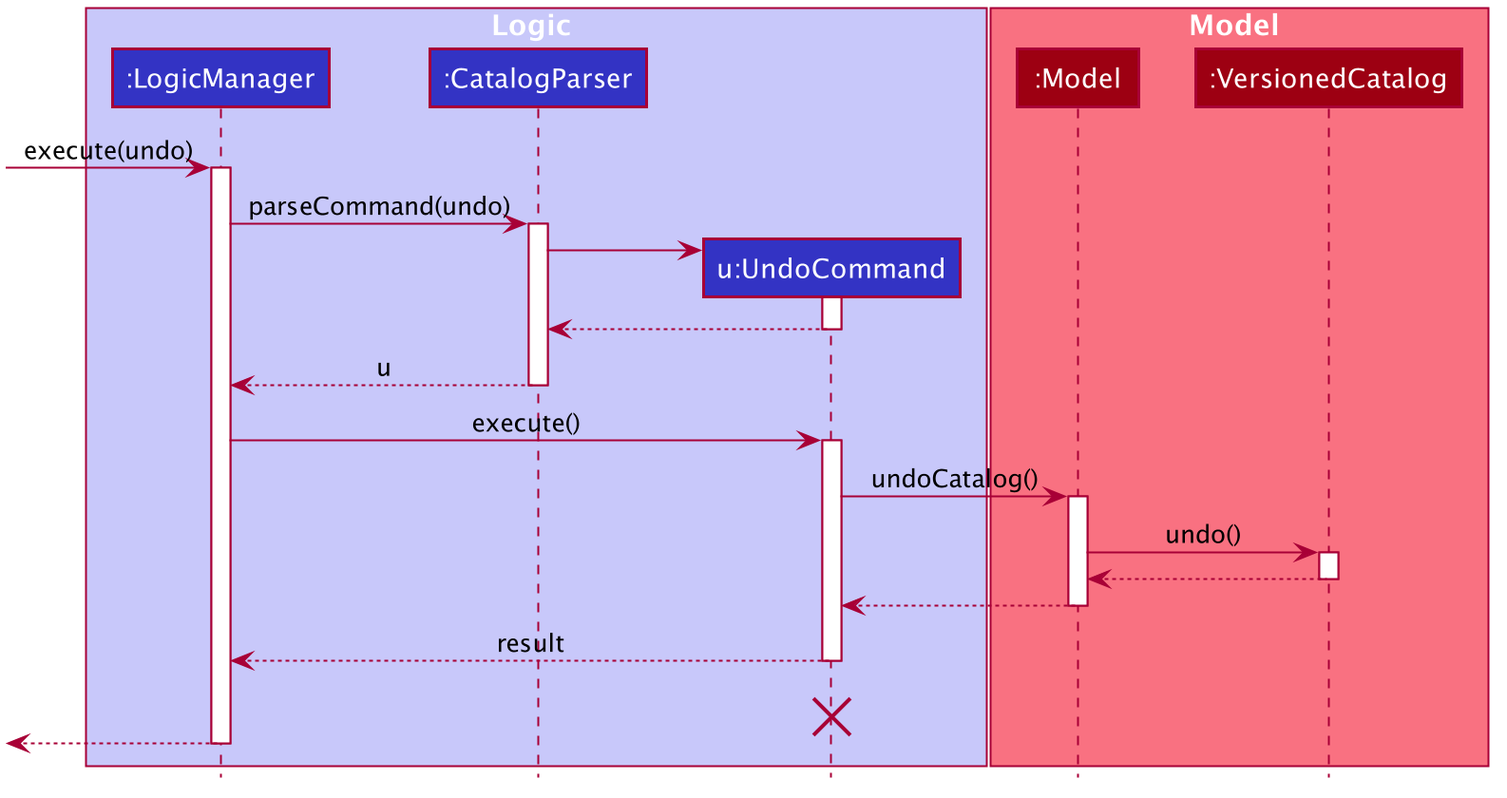
Before: docs/images/UndoSequenceDiagram.png, a diagram exported from PlantUML (nus-cs2103-AY1920S1/addressbook-level3). Its source is kept beside it as docs/diagrams/UndoSequenceDiagram.puml.
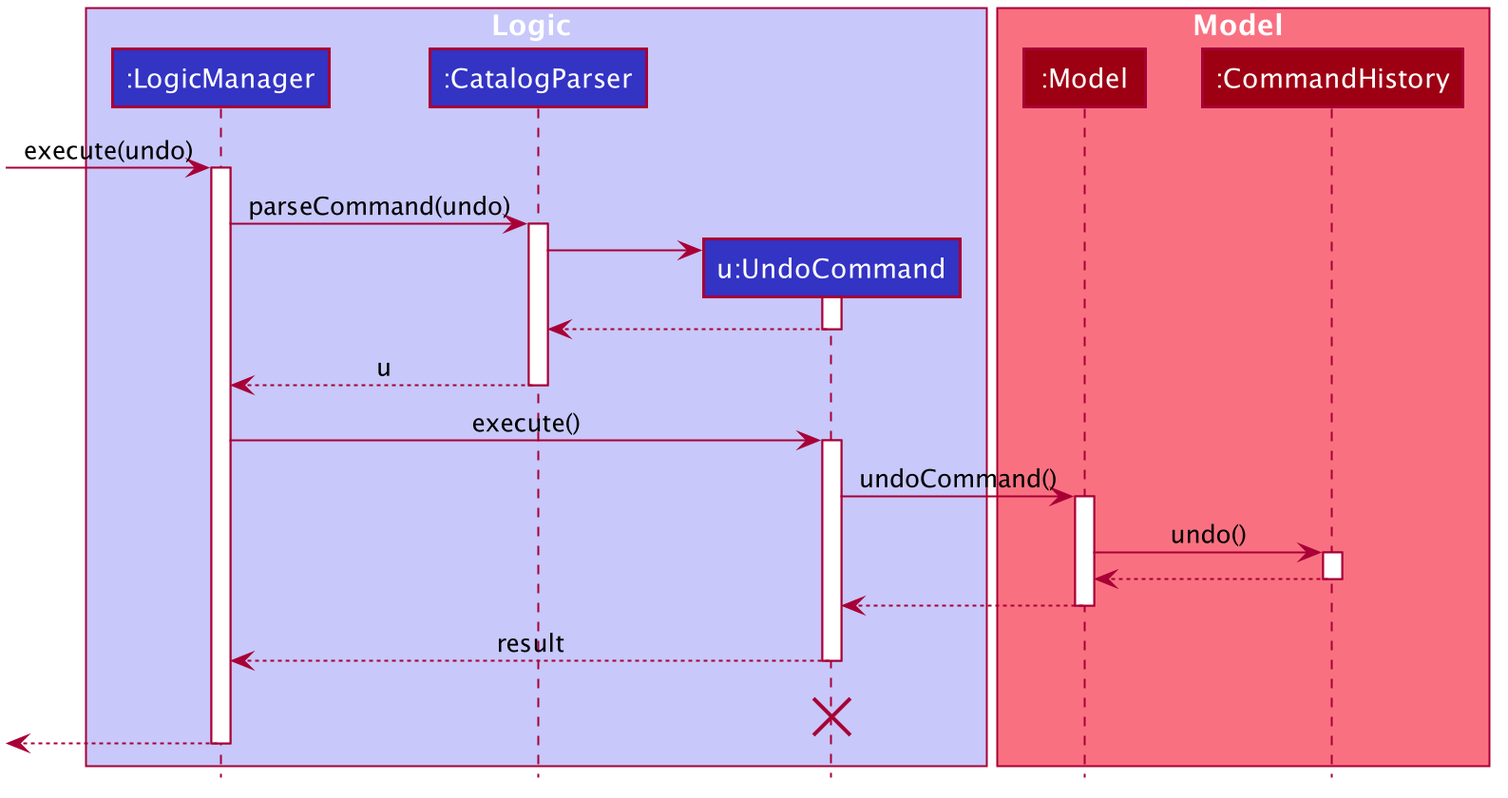
After the commit.

Change to the diagram source:
```diff
@@ -9,7 +9,7 @@
 
 box Model MODEL_COLOR_T1
 participant ":Model" as Model MODEL_COLOR
-participant ":VersionedCatalog" as VersionedCatalog MODEL_COLOR
+participant ":CommandHistory" as CommandHistory MODEL_COLOR
 end box
 [-> LogicManager : execute(undo)
 activate LogicManager
@@ -30,14 +30,14 @@
 LogicManager -> UndoCommand : execute()
 activate UndoCommand
 
-UndoCommand -> Model : undoCatalog()
+UndoCommand -> Model : undoCommand()
 activate Model
 
-Model -> VersionedCatalog : undo()
-activate VersionedCatalog
+Model -> CommandHistory : undo()
+activate CommandHistory
 
-VersionedCatalog --> Model :
-deactivate VersionedCatalog
+CommandHistory --> Model :
+deactivate CommandHistory
 
 Model --> UndoCommand
 deactivate Model
```
